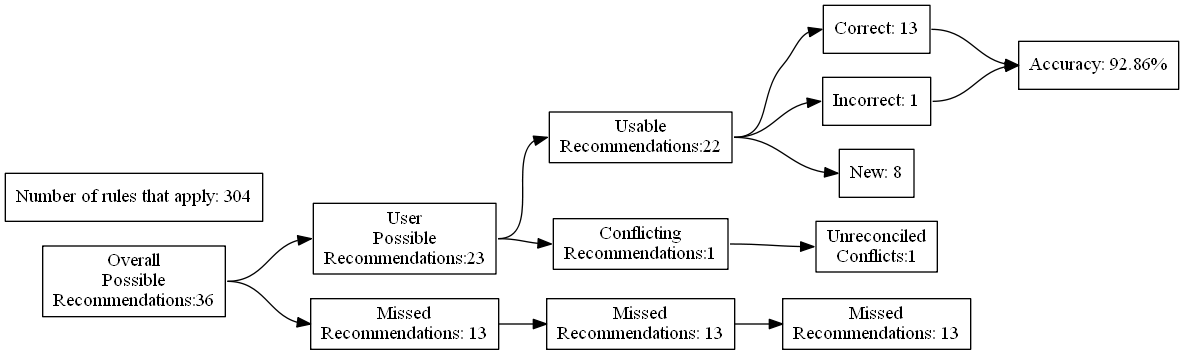
Before: test_renders/104.gv.png, a diagram exported from Graphviz (ZaxR/ibd_diet_analysis). Its source is kept beside it as test_renders/104.gv.
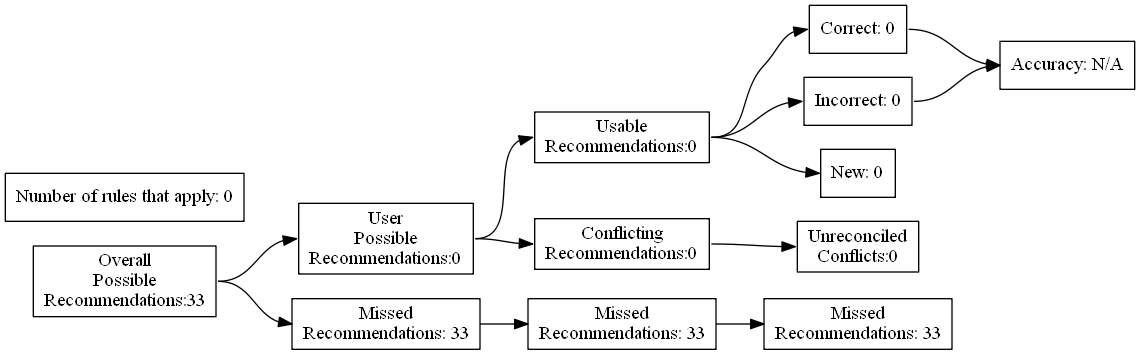
Above is the later version.

The edit, as a diff of the source:
```diff
@@ -4,27 +4,27 @@
 	edge [headport=w tailport=e]
 		A [label="Overall
 Possible
-Recommendations:36"]
+Recommendations:33"]
 		B [label="User
 Possible
-Recommendations:23"]
+Recommendations:0"]
 		C [label="Missed
-Recommendations: 13"]
+Recommendations: 33"]
 		D [label="Usable
-Recommendations:22"]
+Recommendations:0"]
 		E [label="Conflicting
-Recommendations:1"]
+Recommendations:0"]
 		J [label="Missed
-Recommendations: 13"]
+Recommendations: 33"]
 		M [label="Unreconciled
-Conflicts:1"]
-		F [label="Correct: 13"]
-		G [label="Incorrect: 1"]
-		H [label="New: 8"]
+Conflicts:0"]
+		F [label="Correct: 0"]
+		G [label="Incorrect: 0"]
+		H [label="New: 0"]
 		K [label="Missed
-Recommendations: 13"]
-		I [label="Accuracy: 92.86%"]
-		l [label="Number of rules that apply: 304"]
+Recommendations: 33"]
+		I [label="Accuracy: N/A"]
+		l [label="Number of rules that apply: 0"]
 			A -> B
 			A -> C
 			B -> D
```
